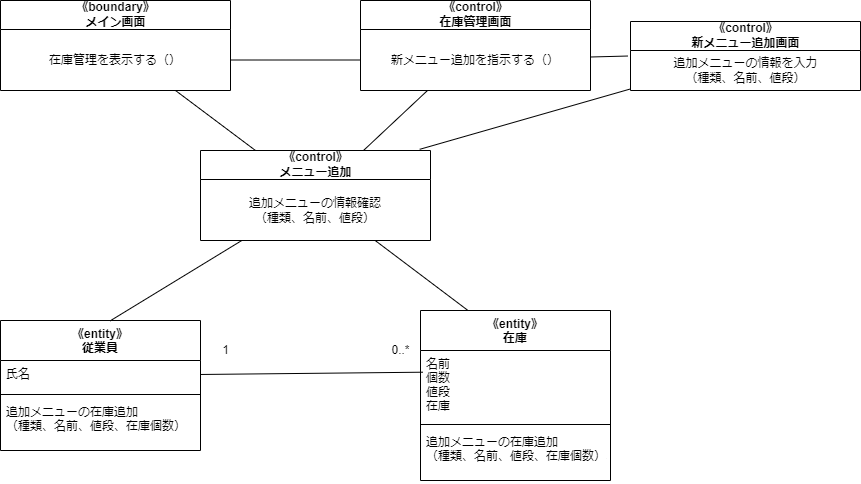
MasakiHiguchi/--- keeps this draw.io diagram as psp4/分析モデルのクラス図/分析モデルクラス図_新メニュー.drawio.png. Above is the earlier version. Source tidied: cells renumbered, new cells last; positions are measured from the earlier drawing's top-left corner, leaving out a move shared by most shapes.
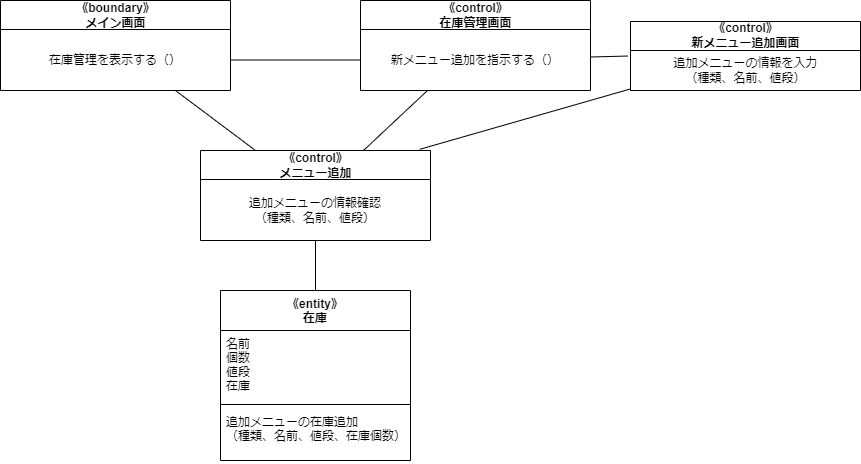
After the commit.

Change to the diagram source:
```diff
@@ -2,20 +2,8 @@
   <root>
     <mxCell id="0" />
     <mxCell id="1" parent="0" />
-    <mxCell id="2" value="《entity》&#10;従業員" style="swimlane;fontStyle=1;align=center;verticalAlign=top;horizontal=1;startSize=40;" parent="1" vertex="1">
-      <mxGeometry y="320" width="200" height="130" as="geometry" />
-    </mxCell>
-    <mxCell id="3" value="氏名" style="text;strokeColor=none;fillColor=none;align=left;verticalAlign=top;spacingLeft=4;spacingRight=4;overflow=hidden;points=[[0,0.5],[1,0.5]];portConstraint=eastwest;" parent="2" vertex="1">
-      <mxGeometry y="40" width="200" height="30" as="geometry" />
-    </mxCell>
-    <mxCell id="4" style="line;strokeWidth=1;fillColor=none;align=left;verticalAlign=middle;spacingTop=-1;spacingLeft=3;spacingRight=3;labelPosition=right;strokeColor=inherit;" parent="2" vertex="1">
-      <mxGeometry y="70" width="200" height="8" as="geometry" />
-    </mxCell>
-    <mxCell id="5" value="追加メニューの在庫追加&#10;（種類、名前、値段、在庫個数）" style="text;strokeColor=none;fillColor=none;align=left;verticalAlign=top;spacingLeft=4;spacingRight=4;overflow=hidden;" parent="2" vertex="1">
-      <mxGeometry y="78" width="200" height="52" as="geometry" />
-    </mxCell>
     <mxCell id="6" value="《entity》&#10;在庫" style="swimlane;fontStyle=1;align=center;verticalAlign=top;horizontal=1;startSize=40;" parent="1" vertex="1">
-      <mxGeometry x="420" y="310" width="190" height="170" as="geometry" />
+      <mxGeometry x="220" y="290" width="190" height="170" as="geometry" />
     </mxCell>
     <mxCell id="7" value="名前&#10;個数&#10;値段&#10;在庫" style="text;strokeColor=none;fillColor=none;align=left;verticalAlign=top;spacingLeft=4;spacingRight=4;overflow=hidden;points=[[0,0.5],[1,0.5]];portConstraint=eastwest;" parent="6" vertex="1">
       <mxGeometry y="40" width="190" height="70" as="geometry" />
@@ -26,19 +14,7 @@
     <mxCell id="9" value="追加メニューの在庫追加&#10;（種類、名前、値段、在庫個数）、" style="text;strokeColor=none;fillColor=none;align=left;verticalAlign=top;spacingLeft=4;spacingRight=4;overflow=hidden;" parent="6" vertex="1">
       <mxGeometry y="118" width="190" height="52" as="geometry" />
     </mxCell>
-    <mxCell id="10" style="edgeStyle=none;html=1;entryX=0.013;entryY=0.31;entryDx=0;entryDy=0;entryPerimeter=0;endArrow=none;endFill=0;" parent="1" edge="1" source="3" target="7">
-      <mxGeometry relative="1" as="geometry" />
-    </mxCell>
-    <mxCell id="11" value="1" style="text;html=1;align=center;verticalAlign=middle;strokeColor=none;fillColor=none;" parent="1" vertex="1">
-      <mxGeometry x="210" y="335" width="30" height="30" as="geometry" />
-    </mxCell>
-    <mxCell id="12" value="0..*" style="text;html=1;align=center;verticalAlign=middle;strokeColor=none;fillColor=none;" parent="1" vertex="1">
-      <mxGeometry x="380" y="335" width="40" height="30" as="geometry" />
-    </mxCell>
-    <mxCell id="13" style="edgeStyle=none;html=1;entryX=0.547;entryY=0.004;entryDx=0;entryDy=0;entryPerimeter=0;endArrow=none;endFill=0;" parent="1" edge="1" source="15" target="2">
-      <mxGeometry relative="1" as="geometry" />
-    </mxCell>
-    <mxCell id="14" style="edgeStyle=none;html=1;entryX=0.25;entryY=0;entryDx=0;entryDy=0;endArrow=none;endFill=0;" parent="1" edge="1" source="15" target="6">
+    <mxCell id="14" style="edgeStyle=none;html=1;entryX=0.5;entryY=0;entryDx=0;entryDy=0;endArrow=none;endFill=0;" parent="1" edge="1" source="15" target="6">
       <mxGeometry relative="1" as="geometry" />
     </mxCell>
     <mxCell id="15" value="《control》&lt;br&gt;メニュー追加" style="swimlane;fontStyle=1;align=center;verticalAlign=middle;horizontal=1;startSize=29;html=1;" parent="1" vertex="1">
```
